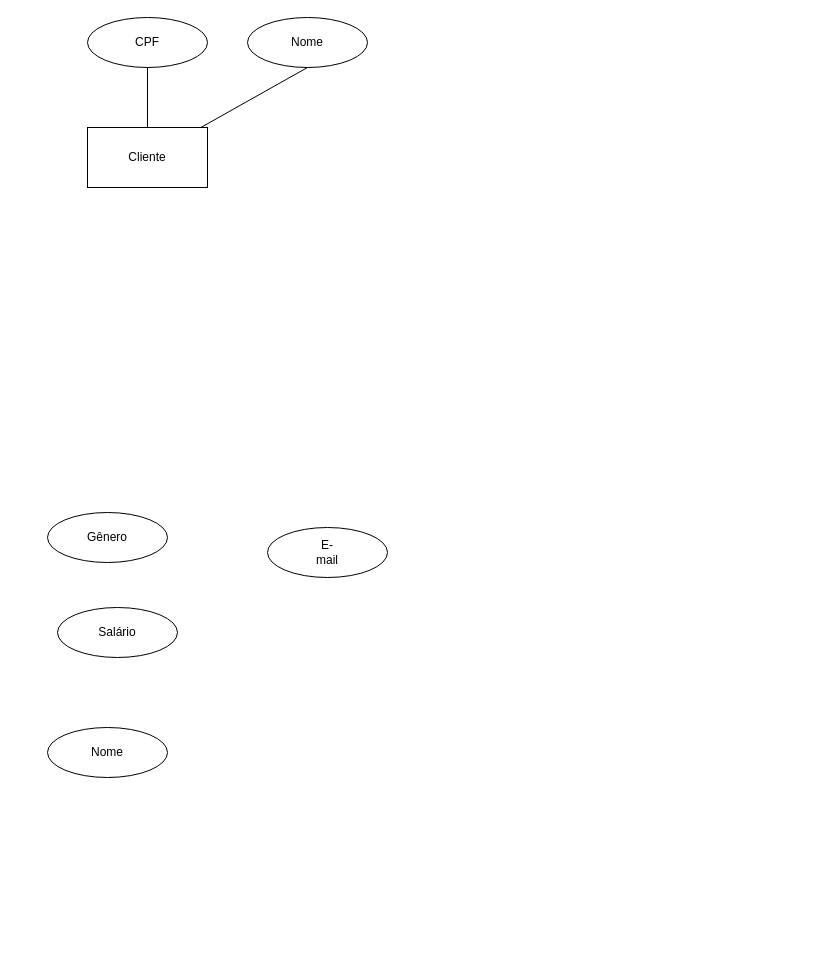
Above: Banco_de_Dados_Relacional/diagrama-entidade-relacionamento.drawio in tgoalm/Memorial_PUCRS (draw.io), before the change. Source tidied: cells renumbered, new cells numbered last; positions are measured from the earlier drawing's top-left corner, leaving out a move shared by most shapes. Both pictures are drawn from the tidied source at 100%, with x=0, y=0 at pixel (47, 17).
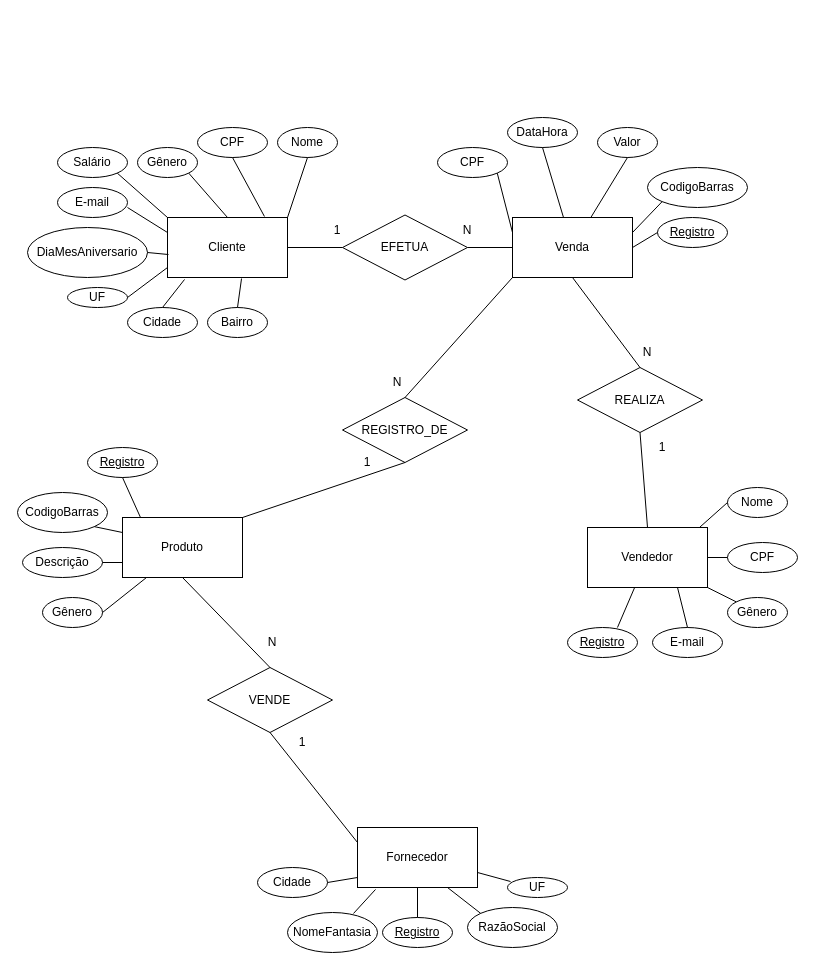
The same diagram, later.

Change to the diagram source:
```diff
@@
     <mxCell id="2" value="Cliente" style="rounded=0;whiteSpace=wrap;html=1;" parent="1" vertex="1">
-      <mxGeometry x="40" y="110" width="120" height="60" as="geometry" />
+      <mxGeometry x="120" y="200" width="120" height="60" as="geometry" />
     </mxCell>
     <mxCell id="3" value="CPF" style="ellipse;whiteSpace=wrap;html=1;" parent="1" vertex="1">
-      <mxGeometry x="40" width="120" height="50" as="geometry" />
+      <mxGeometry x="150" y="110" width="70" height="30" as="geometry" />
     </mxCell>
-    <mxCell id="4" style="endArrow=none;html=1;rounded=0;entryX=0.5;entryY=1;entryDx=0;entryDy=0;exitX=0.5;exitY=0;exitDx=0;exitDy=0;" parent="1" edge="1" source="2" target="3">
+    <mxCell id="4" style="endArrow=none;html=1;rounded=0;entryX=0.5;entryY=1;entryDx=0;entryDy=0;exitX=0.808;exitY=-0.017;exitDx=0;exitDy=0;exitPerimeter=0;" parent="1" edge="1" source="2" target="3">
       <mxGeometry relative="1" as="geometry" />
     </mxCell>
     <mxCell id="5" value="Nome" style="ellipse;whiteSpace=wrap;html=1;" parent="1" vertex="1">
-      <mxGeometry x="200" width="120" height="50" as="geometry" />
+      <mxGeometry x="230" y="110" width="60" height="30" as="geometry" />
     </mxCell>
-    <mxCell id="6" style="endArrow=none;html=1;rounded=0;entryX=0.5;entryY=1;entryDx=0;entryDy=0;" parent="1" edge="1" source="2" target="5">
+    <mxCell id="6" style="endArrow=none;html=1;rounded=0;entryX=0.5;entryY=1;entryDx=0;entryDy=0;exitX=1;exitY=0;exitDx=0;exitDy=0;" parent="1" edge="1" source="2" target="5">
       <mxGeometry relative="1" as="geometry" />
     </mxCell>
-    <mxCell id="7" value="E-&lt;br&gt;mail" style="ellipse;whiteSpace=wrap;html=1;" parent="1" vertex="1">
-      <mxGeometry x="220" y="510" width="120" height="50" as="geometry" />
+    <mxCell id="7" value="E-mail" style="ellipse;whiteSpace=wrap;html=1;" parent="1" vertex="1">
+      <mxGeometry x="10" y="170" width="70" height="30" as="geometry" />
     </mxCell>
-    <mxCell id="8" value="Nome" style="ellipse;whiteSpace=wrap;html=1;" parent="1" vertex="1">
-      <mxGeometry y="710" width="120" height="50" as="geometry" />
+    <mxCell id="8" value="DiaMesAniversario" style="ellipse;whiteSpace=wrap;html=1;" parent="1" vertex="1">
+      <mxGeometry x="-20" y="210" width="120" height="50" as="geometry" />
     </mxCell>
     <mxCell id="9" value="Salário" style="ellipse;whiteSpace=wrap;html=1;" parent="1" vertex="1">
-      <mxGeometry x="10" y="590" width="120" height="50" as="geometry" />
+      <mxGeometry x="10" y="130" width="70" height="30" as="geometry" />
     </mxCell>
     <mxCell id="10" value="Gênero" style="ellipse;whiteSpace=wrap;html=1;" parent="1" vertex="1">
-      <mxGeometry y="495" width="120" height="50" as="geometry" />
+      <mxGeometry x="90" y="130" width="60" height="30" as="geometry" />
     </mxCell>
+    <mxCell id="11" value="UF" style="ellipse;whiteSpace=wrap;html=1;" parent="1" vertex="1">
+      <mxGeometry x="20" y="270" width="60" height="20" as="geometry" />
+    </mxCell>
+    <mxCell id="12" value="Cidade" style="ellipse;whiteSpace=wrap;html=1;" parent="1" vertex="1">
+      <mxGeometry x="80" y="290" width="70" height="30" as="geometry" />
+    </mxCell>
+    <mxCell id="13" value="Bairro" style="ellipse;whiteSpace=wrap;html=1;" parent="1" vertex="1">
+      <mxGeometry x="160" y="290" width="60" height="30" as="geometry" />
+    </mxCell>
+    <mxCell id="14" style="endArrow=none;html=1;rounded=0;entryX=1;entryY=1;entryDx=0;entryDy=0;exitX=0.5;exitY=0;exitDx=0;exitDy=0;" parent="1" edge="1" source="2" target="10">
+      <mxGeometry relative="1" as="geometry" />
+    </mxCell>
+    <mxCell id="15" style="endArrow=none;html=1;rounded=0;entryX=1;entryY=1;entryDx=0;entryDy=0;exitX=0;exitY=0;exitDx=0;exitDy=0;" parent="1" edge="1" source="2" target="9">
+      <mxGeometry relative="1" as="geometry" />
+    </mxCell>
+    <mxCell id="16" style="endArrow=none;html=1;rounded=0;exitX=0;exitY=0.25;exitDx=0;exitDy=0;entryX=1;entryY=0.667;entryDx=0;entryDy=0;entryPerimeter=0;" parent="1" edge="1" source="2" target="7">
+      <mxGeometry relative="1" as="geometry" />
+    </mxCell>
+    <mxCell id="17" style="endArrow=none;html=1;rounded=0;entryX=1;entryY=0.5;entryDx=0;entryDy=0;exitX=0.008;exitY=0.617;exitDx=0;exitDy=0;exitPerimeter=0;" parent="1" edge="1" source="2" target="8">
+      <mxGeometry relative="1" as="geometry" />
+    </mxCell>
+    <mxCell id="18" style="endArrow=none;html=1;rounded=0;entryX=1;entryY=0.5;entryDx=0;entryDy=0;" parent="1" edge="1" target="11">
+      <mxGeometry relative="1" as="geometry">
+        <mxPoint x="120" y="250" as="sourcePoint" />
+      </mxGeometry>
+    </mxCell>
+    <mxCell id="19" style="endArrow=none;html=1;rounded=0;entryX=0.5;entryY=0;entryDx=0;entryDy=0;exitX=0.142;exitY=1.033;exitDx=0;exitDy=0;exitPerimeter=0;" parent="1" edge="1" source="2" target="12">
+      <mxGeometry relative="1" as="geometry" />
+    </mxCell>
+    <mxCell id="20" style="endArrow=none;html=1;rounded=0;entryX=0.617;entryY=1.017;entryDx=0;entryDy=0;entryPerimeter=0;exitX=0.5;exitY=0;exitDx=0;exitDy=0;" parent="1" edge="1" source="13" target="2">
+      <mxGeometry relative="1" as="geometry" />
+    </mxCell>
+    <mxCell id="21" value="Venda" style="rounded=0;whiteSpace=wrap;html=1;" parent="1" vertex="1">
+      <mxGeometry x="465" y="200" width="120" height="60" as="geometry" />
+    </mxCell>
+    <mxCell id="22" value="Valor" style="ellipse;whiteSpace=wrap;html=1;" parent="1" vertex="1">
+      <mxGeometry x="550" y="110" width="60" height="30" as="geometry" />
+    </mxCell>
+    <mxCell id="23" value="DataHora" style="ellipse;whiteSpace=wrap;html=1;" parent="1" vertex="1">
+      <mxGeometry x="460" y="100" width="70" height="30" as="geometry" />
+    </mxCell>
+    <mxCell id="24" value="Produto" style="rounded=0;whiteSpace=wrap;html=1;" parent="1" vertex="1">
+      <mxGeometry x="75" y="500" width="120" height="60" as="geometry" />
+    </mxCell>
+    <mxCell id="25" value="CodigoBarras" style="ellipse;whiteSpace=wrap;html=1;" parent="1" vertex="1">
+      <mxGeometry x="-30" y="475" width="90" height="40" as="geometry" />
+    </mxCell>
+    <mxCell id="26" value="Descrição" style="ellipse;whiteSpace=wrap;html=1;" parent="1" vertex="1">
+      <mxGeometry x="-25" y="530" width="80" height="30" as="geometry" />
+    </mxCell>
+    <mxCell id="27" value="CodigoBarras" style="ellipse;whiteSpace=wrap;html=1;" parent="1" vertex="1">
+      <mxGeometry x="600" y="150" width="100" height="40" as="geometry" />
+    </mxCell>
+    <mxCell id="28" value="&lt;u&gt;Registro&lt;/u&gt;" style="ellipse;whiteSpace=wrap;html=1;" parent="1" vertex="1">
+      <mxGeometry x="520" y="610" width="70" height="30" as="geometry" />
+    </mxCell>
+    <mxCell id="29" value="Vendedor" style="rounded=0;whiteSpace=wrap;html=1;" parent="1" vertex="1">
+      <mxGeometry x="540" y="510" width="120" height="60" as="geometry" />
+    </mxCell>
+    <mxCell id="30" value="CPF" style="ellipse;whiteSpace=wrap;html=1;" parent="1" vertex="1">
+      <mxGeometry x="680" y="525" width="70" height="30" as="geometry" />
+    </mxCell>
+    <mxCell id="31" value="Nome" style="ellipse;whiteSpace=wrap;html=1;" parent="1" vertex="1">
+      <mxGeometry x="680" y="470" width="60" height="30" as="geometry" />
+    </mxCell>
+    <mxCell id="32" value="Gênero" style="ellipse;whiteSpace=wrap;html=1;" parent="1" vertex="1">
+      <mxGeometry x="680" y="580" width="60" height="30" as="geometry" />
+    </mxCell>
+    <mxCell id="33" value="E-mail" style="ellipse;whiteSpace=wrap;html=1;" parent="1" vertex="1">
+      <mxGeometry x="605" y="610" width="70" height="30" as="geometry" />
+    </mxCell>
+    <mxCell id="34" style="endArrow=none;html=1;rounded=0;entryX=0;entryY=0;entryDx=0;entryDy=0;exitX=1;exitY=1;exitDx=0;exitDy=0;" parent="1" edge="1" source="29" target="32">
+      <mxGeometry relative="1" as="geometry" />
+    </mxCell>
+    <mxCell id="35" style="endArrow=none;html=1;rounded=0;entryX=0;entryY=0.5;entryDx=0;entryDy=0;exitX=1;exitY=0.5;exitDx=0;exitDy=0;" parent="1" edge="1" source="29">
+      <mxGeometry relative="1" as="geometry">
+        <mxPoint x="680" y="540" as="targetPoint" />
+      </mxGeometry>
+    </mxCell>
+    <mxCell id="36" style="endArrow=none;html=1;rounded=0;entryX=0;entryY=0.5;entryDx=0;entryDy=0;exitX=0.933;exitY=0;exitDx=0;exitDy=0;exitPerimeter=0;" parent="1" edge="1" source="29" target="31">
+      <mxGeometry relative="1" as="geometry" />
+    </mxCell>
+    <mxCell id="37" style="endArrow=none;html=1;rounded=0;entryX=0.5;entryY=0;entryDx=0;entryDy=0;exitX=0.75;exitY=1;exitDx=0;exitDy=0;" parent="1" edge="1" source="29" target="33">
+      <mxGeometry relative="1" as="geometry" />
+    </mxCell>
+    <mxCell id="38" style="endArrow=none;html=1;rounded=0;entryX=0;entryY=0.75;entryDx=0;entryDy=0;exitX=1;exitY=0.5;exitDx=0;exitDy=0;" parent="1" edge="1" source="26" target="24">
+      <mxGeometry relative="1" as="geometry" />
+    </mxCell>
+    <mxCell id="39" style="endArrow=none;html=1;rounded=0;entryX=1;entryY=1;entryDx=0;entryDy=0;exitX=0;exitY=0.25;exitDx=0;exitDy=0;" parent="1" edge="1" source="24" target="25">
+      <mxGeometry relative="1" as="geometry" />
+    </mxCell>
+    <mxCell id="40" style="endArrow=none;html=1;rounded=0;entryX=0;entryY=1;entryDx=0;entryDy=0;exitX=1;exitY=0.25;exitDx=0;exitDy=0;" parent="1" edge="1" source="21" target="27">
+      <mxGeometry relative="1" as="geometry" />
+    </mxCell>
+    <mxCell id="41" style="endArrow=none;html=1;rounded=0;entryX=0.5;entryY=1;entryDx=0;entryDy=0;" parent="1" edge="1" source="21" target="22">
+      <mxGeometry relative="1" as="geometry" />
+    </mxCell>
+    <mxCell id="42" style="endArrow=none;html=1;rounded=0;entryX=0.5;entryY=1;entryDx=0;entryDy=0;" parent="1" edge="1" source="21" target="23">
+      <mxGeometry relative="1" as="geometry" />
+    </mxCell>
+    <mxCell id="43" style="endArrow=none;html=1;rounded=0;exitX=0.714;exitY=0;exitDx=0;exitDy=0;exitPerimeter=0;" parent="1" edge="1" source="28" target="29">
+      <mxGeometry relative="1" as="geometry" />
+    </mxCell>
+    <mxCell id="44" value="Gênero" style="ellipse;whiteSpace=wrap;html=1;" parent="1" vertex="1">
+      <mxGeometry x="-5" y="580" width="60" height="30" as="geometry" />
+    </mxCell>
+    <mxCell id="45" style="endArrow=none;html=1;rounded=0;entryX=0.2;entryY=1;entryDx=0;entryDy=0;entryPerimeter=0;exitX=1;exitY=0.5;exitDx=0;exitDy=0;" parent="1" edge="1" source="44" target="24">
+      <mxGeometry relative="1" as="geometry" />
+    </mxCell>
+    <mxCell id="46" value="&lt;u&gt;Registro&lt;/u&gt;" style="ellipse;whiteSpace=wrap;html=1;" parent="1" vertex="1">
+      <mxGeometry x="610" y="200" width="70" height="30" as="geometry" />
+    </mxCell>
+    <mxCell id="47" style="endArrow=none;html=1;rounded=0;entryX=0;entryY=0.5;entryDx=0;entryDy=0;exitX=1;exitY=0.5;exitDx=0;exitDy=0;" parent="1" edge="1" source="21" target="46">
+      <mxGeometry relative="1" as="geometry" />
+    </mxCell>
+    <mxCell id="48" value="Fornecedor" style="rounded=0;whiteSpace=wrap;html=1;" parent="1" vertex="1">
+      <mxGeometry x="310" y="810" width="120" height="60" as="geometry" />
+    </mxCell>
+    <mxCell id="49" value="&lt;u&gt;Registro&lt;/u&gt;" style="ellipse;whiteSpace=wrap;html=1;" parent="1" vertex="1">
+      <mxGeometry x="335" y="900" width="70" height="30" as="geometry" />
+    </mxCell>
+    <mxCell id="50" value="NomeFantasia" style="ellipse;whiteSpace=wrap;html=1;" parent="1" vertex="1">
+      <mxGeometry x="240" y="895" width="90" height="40" as="geometry" />
+    </mxCell>
+    <mxCell id="51" value="RazãoSocial" style="ellipse;whiteSpace=wrap;html=1;" parent="1" vertex="1">
+      <mxGeometry x="420" y="890" width="90" height="40" as="geometry" />
+    </mxCell>
+    <mxCell id="52" value="UF" style="ellipse;whiteSpace=wrap;html=1;" parent="1" vertex="1">
+      <mxGeometry x="460" y="860" width="60" height="20" as="geometry" />
+    </mxCell>
+    <mxCell id="53" value="Cidade" style="ellipse;whiteSpace=wrap;html=1;" parent="1" vertex="1">
+      <mxGeometry x="210" y="850" width="70" height="30" as="geometry" />
+    </mxCell>
+    <mxCell id="54" style="endArrow=none;html=1;rounded=0;entryX=0.05;entryY=0.2;entryDx=0;entryDy=0;entryPerimeter=0;exitX=1;exitY=0.75;exitDx=0;exitDy=0;" parent="1" edge="1" source="48" target="52">
+      <mxGeometry relative="1" as="geometry" />
+    </mxCell>
+    <mxCell id="55" style="endArrow=none;html=1;rounded=0;exitX=0;exitY=0;exitDx=0;exitDy=0;entryX=0.75;entryY=1;entryDx=0;entryDy=0;" parent="1" edge="1" source="51" target="48">
+      <mxGeometry relative="1" as="geometry" />
+    </mxCell>
+    <mxCell id="56" style="endArrow=none;html=1;rounded=0;exitX=0.5;exitY=0;exitDx=0;exitDy=0;entryX=0.5;entryY=1;entryDx=0;entryDy=0;" parent="1" edge="1" source="49" target="48">
+      <mxGeometry relative="1" as="geometry" />
+    </mxCell>
+    <mxCell id="57" style="endArrow=none;html=1;rounded=0;exitX=0.733;exitY=0.025;exitDx=0;exitDy=0;exitPerimeter=0;entryX=0.15;entryY=1.033;entryDx=0;entryDy=0;entryPerimeter=0;" parent="1" edge="1" source="50" target="48">
+      <mxGeometry relative="1" as="geometry" />
+    </mxCell>
+    <mxCell id="58" style="endArrow=none;html=1;rounded=0;exitX=1;exitY=0.5;exitDx=0;exitDy=0;" parent="1" edge="1" source="53">
+      <mxGeometry relative="1" as="geometry">
+        <mxPoint x="310" y="860" as="targetPoint" />
+      </mxGeometry>
+    </mxCell>
+    <mxCell id="59" value="CPF" style="ellipse;whiteSpace=wrap;html=1;" parent="1" vertex="1">
+      <mxGeometry x="390" y="130" width="70" height="30" as="geometry" />
+    </mxCell>
+    <mxCell id="60" style="endArrow=none;html=1;rounded=0;entryX=1;entryY=1;entryDx=0;entryDy=0;exitX=0;exitY=0.25;exitDx=0;exitDy=0;" parent="1" edge="1" source="21" target="59">
+      <mxGeometry relative="1" as="geometry" />
+    </mxCell>
+    <mxCell id="61" value="&lt;u&gt;Registro&lt;/u&gt;" style="ellipse;whiteSpace=wrap;html=1;" parent="1" vertex="1">
+      <mxGeometry x="40" y="430" width="70" height="30" as="geometry" />
+    </mxCell>
+    <mxCell id="62" style="endArrow=none;html=1;rounded=0;exitX=0.5;exitY=1;exitDx=0;exitDy=0;" parent="1" edge="1" source="61">
+      <mxGeometry relative="1" as="geometry">
+        <mxPoint x="93" y="500" as="targetPoint" />
+      </mxGeometry>
+    </mxCell>
+    <mxCell id="63" value="VENDE" style="rhombus;whiteSpace=wrap;html=1;" parent="1" vertex="1">
+      <mxGeometry x="160" y="650" width="125" height="65" as="geometry" />
+    </mxCell>
+    <mxCell id="64" style="endArrow=none;html=1;rounded=0;exitX=0.5;exitY=1;exitDx=0;exitDy=0;entryX=0;entryY=0.25;entryDx=0;entryDy=0;" parent="1" edge="1" source="63" target="48">
+      <mxGeometry relative="1" as="geometry" />
+    </mxCell>
+    <mxCell id="65" style="endArrow=none;html=1;rounded=0;exitX=0.5;exitY=1;exitDx=0;exitDy=0;entryX=0.5;entryY=0;entryDx=0;entryDy=0;" parent="1" edge="1" source="24" target="63">
+      <mxGeometry relative="1" as="geometry" />
+    </mxCell>
+    <mxCell id="66" value="1" style="text;html=1;strokeColor=none;fillColor=none;align=center;verticalAlign=middle;whiteSpace=wrap;rounded=0;" parent="1" vertex="1">
+      <mxGeometry x="240" y="710" width="30" height="30" as="geometry" />
+    </mxCell>
+    <mxCell id="67" value="N" style="text;html=1;strokeColor=none;fillColor=none;align=center;verticalAlign=middle;whiteSpace=wrap;rounded=0;" parent="1" vertex="1">
+      <mxGeometry x="210" y="610" width="30" height="30" as="geometry" />
+    </mxCell>
+    <mxCell id="68" value="N" style="text;html=1;strokeColor=none;fillColor=none;align=center;verticalAlign=middle;whiteSpace=wrap;rounded=0;" parent="1" vertex="1">
+      <mxGeometry x="585" y="320" width="30" height="30" as="geometry" />
+    </mxCell>
+    <mxCell id="69" value="1" style="text;html=1;strokeColor=none;fillColor=none;align=center;verticalAlign=middle;whiteSpace=wrap;rounded=0;" parent="1" vertex="1">
+      <mxGeometry x="600" y="415" width="30" height="30" as="geometry" />
+    </mxCell>
+    <mxCell id="70" value="N" style="text;html=1;strokeColor=none;fillColor=none;align=center;verticalAlign=middle;whiteSpace=wrap;rounded=0;" parent="1" vertex="1">
+      <mxGeometry x="335" y="350" width="30" height="30" as="geometry" />
+    </mxCell>
+    <mxCell id="71" value="1" style="text;html=1;strokeColor=none;fillColor=none;align=center;verticalAlign=middle;whiteSpace=wrap;rounded=0;" parent="1" vertex="1">
+      <mxGeometry x="305" y="430" width="30" height="30" as="geometry" />
+    </mxCell>
+    <mxCell id="72" value="1" style="text;html=1;strokeColor=none;fillColor=none;align=center;verticalAlign=middle;whiteSpace=wrap;rounded=0;" parent="1" vertex="1">
+      <mxGeometry x="275" y="197.5" width="30" height="30" as="geometry" />
+    </mxCell>
+    <mxCell id="73" value="N" style="text;html=1;strokeColor=none;fillColor=none;align=center;verticalAlign=middle;whiteSpace=wrap;rounded=0;" parent="1" vertex="1">
+      <mxGeometry x="405" y="197.5" width="30" height="30" as="geometry" />
+    </mxCell>
+    <mxCell id="74" value="REALIZA" style="rhombus;whiteSpace=wrap;html=1;" parent="1" vertex="1">
+      <mxGeometry x="530" y="350" width="125" height="65" as="geometry" />
+    </mxCell>
+    <mxCell id="75" style="endArrow=none;html=1;rounded=0;entryX=0.5;entryY=1;entryDx=0;entryDy=0;exitX=0.5;exitY=0;exitDx=0;exitDy=0;" parent="1" edge="1" source="29" target="74">
+      <mxGeometry relative="1" as="geometry" />
+    </mxCell>
+    <mxCell id="76" style="endArrow=none;html=1;rounded=0;entryX=0.5;entryY=1;entryDx=0;entryDy=0;exitX=0.5;exitY=0;exitDx=0;exitDy=0;" parent="1" edge="1" source="74" target="21">
+      <mxGeometry relative="1" as="geometry" />
+    </mxCell>
+    <mxCell id="77" value="REGISTRO_DE" style="rhombus;whiteSpace=wrap;html=1;" parent="1" vertex="1">
+      <mxGeometry x="295" y="380" width="125" height="65" as="geometry" />
+    </mxCell>
+    <mxCell id="78" style="endArrow=none;html=1;rounded=0;exitX=1;exitY=0;exitDx=0;exitDy=0;entryX=0.5;entryY=1;entryDx=0;entryDy=0;" parent="1" edge="1" source="24" target="77">
+      <mxGeometry relative="1" as="geometry" />
+    </mxCell>
+    <mxCell id="79" style="endArrow=none;html=1;rounded=0;exitX=0.5;exitY=0;exitDx=0;exitDy=0;entryX=0;entryY=1;entryDx=0;entryDy=0;" parent="1" edge="1" source="77" target="21">
+      <mxGeometry relative="1" as="geometry" />
+    </mxCell>
+    <mxCell id="80" value="EFETUA" style="rhombus;whiteSpace=wrap;html=1;" parent="1" vertex="1">
+      <mxGeometry x="295" y="197.5" width="125" height="65" as="geometry" />
+    </mxCell>
+    <mxCell id="81" style="endArrow=none;html=1;rounded=0;exitX=1;exitY=0.5;exitDx=0;exitDy=0;entryX=0;entryY=0.5;entryDx=0;entryDy=0;" parent="1" edge="1" source="80" target="21">
+      <mxGeometry relative="1" as="geometry" />
+    </mxCell>
+    <mxCell id="82" style="endArrow=none;html=1;rounded=0;entryX=1;entryY=0.5;entryDx=0;entryDy=0;exitX=0;exitY=0.5;exitDx=0;exitDy=0;" parent="1" edge="1" source="80" target="2">
+      <mxGeometry relative="1" as="geometry" />
+    </mxCell>
```
